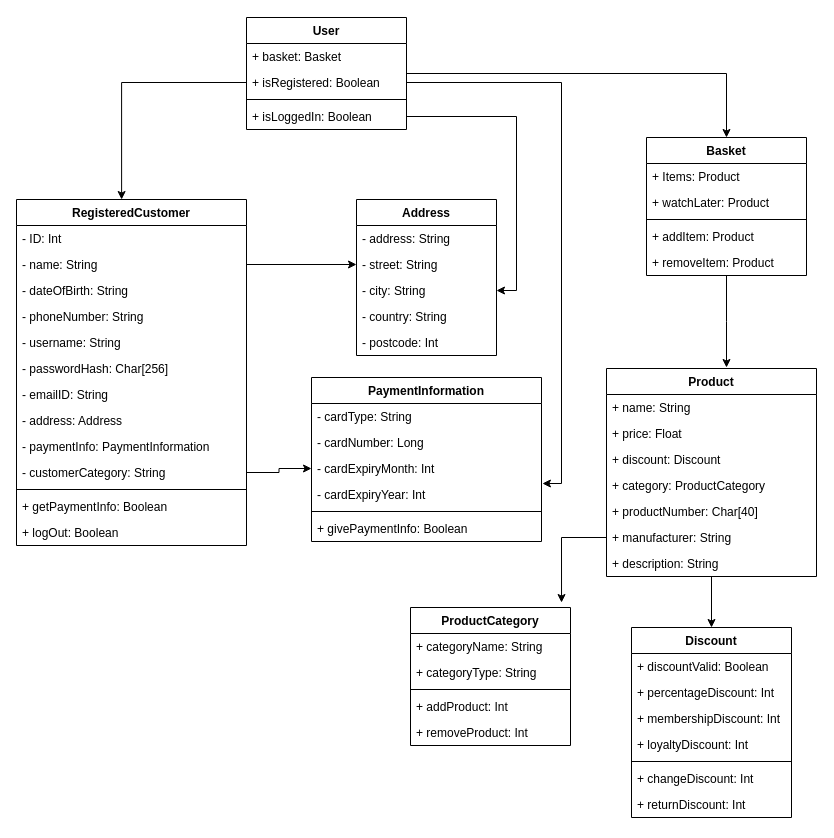
This is Untitled Diagram.drawio from dark-silver/studio_A, a draw.io file, before an edit. Source tidied: cells renumbered, new cells numbered last; positions are measured from the earlier drawing's top-left corner, leaving out a move shared by most shapes. Both pictures are drawn from the tidied source at 100%, with x=0, y=0 at pixel (16, 17).
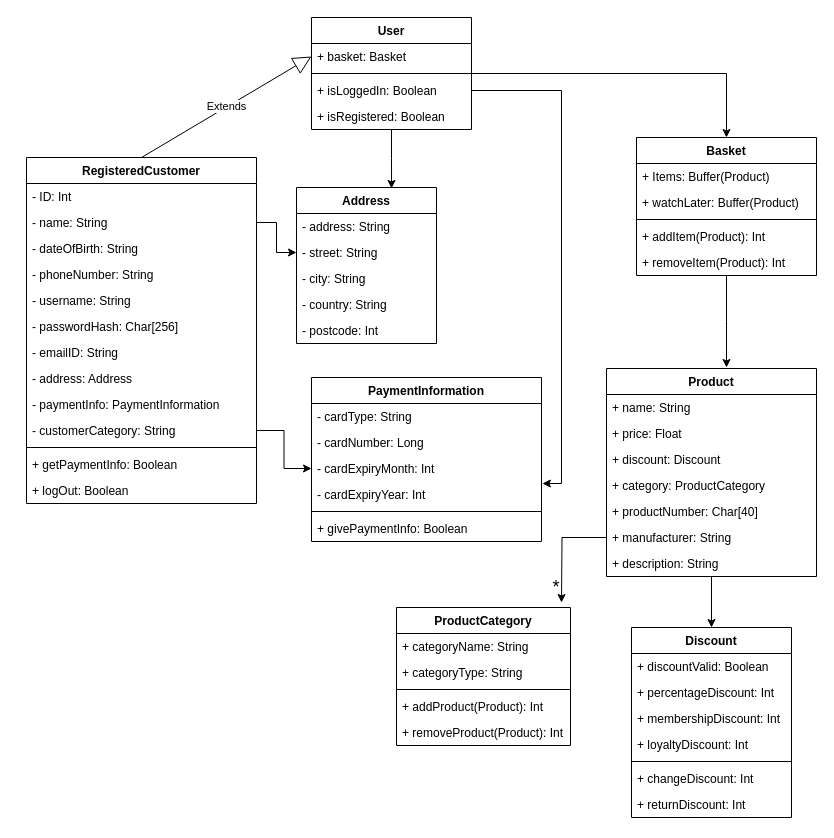
The same page after the edit.

Unchanged cells that the change refers to:
```xml
<mxCell id="9" value="+ manufacturer: String" style="text;strokeColor=none;fillColor=none;align=left;verticalAlign=top;spacingLeft=4;spacingRight=4;overflow=hidden;points=[[0,0.5],[1,0.5]];portConstraint=eastwest;" parent="3" vertex="1">
  <mxGeometry y="156" width="210" height="26" as="geometry" />
</mxCell>
<mxCell id="28" value="- city: String" style="text;strokeColor=none;fillColor=none;align=left;verticalAlign=top;spacingLeft=4;spacingRight=4;overflow=hidden;points=[[0,0.5],[1,0.5]];portConstraint=eastwest;" parent="25" vertex="1">
  <mxGeometry y="78" width="140" height="26" as="geometry" />
</mxCell>
<mxCell id="35" value="- cardExpiryYear: Int" style="text;strokeColor=none;fillColor=none;align=left;verticalAlign=top;spacingLeft=4;spacingRight=4;overflow=hidden;points=[[0,0.5],[1,0.5]];portConstraint=eastwest;" parent="31" vertex="1">
  <mxGeometry y="104" width="230" height="26" as="geometry" />
</mxCell>
<mxCell id="61" value="+ basket: Basket" style="text;strokeColor=none;fillColor=none;align=left;verticalAlign=top;spacingLeft=4;spacingRight=4;overflow=hidden;points=[[0,0.5],[1,0.5]];portConstraint=eastwest;labelBorderColor=none;" parent="60" vertex="1">
  <mxGeometry y="26" width="160" height="26" as="geometry" />
</mxCell>
```

Diff of the diagram source:
```diff
@@
     <mxCell id="11" value="RegisteredCustomer" style="swimlane;fontStyle=1;align=center;verticalAlign=top;horizontal=1;startSize=26;" parent="1" vertex="1">
-      <mxGeometry y="182" width="230" height="346" as="geometry" />
+      <mxGeometry x="10" y="140" width="230" height="346" as="geometry" />
     </mxCell>
@@
     <mxCell id="25" value="Address" style="swimlane;fontStyle=1;horizontal=1;startSize=26;fillColor=none;" parent="1" vertex="1">
-      <mxGeometry x="340" y="182" width="140" height="156" as="geometry" />
+      <mxGeometry x="280" y="170" width="140" height="156" as="geometry" />
     </mxCell>
@@
     <mxCell id="39" value="Basket" style="swimlane;fontStyle=1;align=center;verticalAlign=top;horizontal=1;startSize=26;labelBorderColor=none;strokeColor=default;fillColor=none;" parent="1" vertex="1">
-      <mxGeometry x="630" y="120" width="160" height="138" as="geometry" />
+      <mxGeometry x="620" y="120" width="180" height="138" as="geometry" />
     </mxCell>
-    <mxCell id="40" value="+ Items: Product" style="text;strokeColor=none;fillColor=none;align=left;verticalAlign=top;spacingLeft=4;spacingRight=4;overflow=hidden;labelBorderColor=none;" parent="39" vertex="1">
-      <mxGeometry y="26" width="160" height="26" as="geometry" />
+    <mxCell id="40" value="+ Items: Buffer(Product)" style="text;strokeColor=none;fillColor=none;align=left;verticalAlign=top;spacingLeft=4;spacingRight=4;overflow=hidden;labelBorderColor=none;" parent="39" vertex="1">
+      <mxGeometry y="26" width="180" height="26" as="geometry" />
     </mxCell>
-    <mxCell id="41" value="+ watchLater: Product" style="text;strokeColor=none;fillColor=none;align=left;verticalAlign=top;spacingLeft=4;spacingRight=4;overflow=hidden;labelBorderColor=none;" parent="39" vertex="1">
-      <mxGeometry y="52" width="160" height="26" as="geometry" />
+    <mxCell id="41" value="+ watchLater: Buffer(Product)" style="text;strokeColor=none;fillColor=none;align=left;verticalAlign=top;spacingLeft=4;spacingRight=4;overflow=hidden;labelBorderColor=none;" parent="39" vertex="1">
+      <mxGeometry y="52" width="180" height="26" as="geometry" />
     </mxCell>
     <mxCell id="42" style="line;strokeWidth=1;fillColor=none;align=left;verticalAlign=middle;spacingTop=-1;spacingLeft=3;spacingRight=3;labelPosition=right;labelBorderColor=none;" parent="39" vertex="1">
-      <mxGeometry y="78" width="160" height="8" as="geometry" />
+      <mxGeometry y="78" width="180" height="8" as="geometry" />
     </mxCell>
-    <mxCell id="43" value="+ addItem: Product" style="text;strokeColor=none;fillColor=none;align=left;verticalAlign=top;spacingLeft=4;spacingRight=4;overflow=hidden;labelBorderColor=none;" parent="39" vertex="1">
-      <mxGeometry y="86" width="160" height="26" as="geometry" />
+    <mxCell id="43" value="+ addItem(Product): Int" style="text;strokeColor=none;fillColor=none;align=left;verticalAlign=top;spacingLeft=4;spacingRight=4;overflow=hidden;labelBorderColor=none;" parent="39" vertex="1">
+      <mxGeometry y="86" width="180" height="26" as="geometry" />
     </mxCell>
-    <mxCell id="44" value="+ removeItem: Product" style="text;strokeColor=none;fillColor=none;align=left;verticalAlign=top;spacingLeft=4;spacingRight=4;overflow=hidden;labelBorderColor=none;" parent="39" vertex="1">
-      <mxGeometry y="112" width="160" height="26" as="geometry" />
+    <mxCell id="44" value="+ removeItem(Product): Int" style="text;strokeColor=none;fillColor=none;align=left;verticalAlign=top;spacingLeft=4;spacingRight=4;overflow=hidden;labelBorderColor=none;" parent="39" vertex="1">
+      <mxGeometry y="112" width="180" height="26" as="geometry" />
     </mxCell>
     <mxCell id="45" value="ProductCategory" style="swimlane;fontStyle=1;align=center;verticalAlign=top;horizontal=1;startSize=26;labelBorderColor=none;strokeColor=default;fillColor=none;" parent="1" vertex="1">
-      <mxGeometry x="394" y="590" width="160" height="138" as="geometry" />
+      <mxGeometry x="380" y="590" width="174" height="138" as="geometry" />
     </mxCell>
     <mxCell id="46" value="+ categoryName: String" style="text;strokeColor=none;fillColor=none;align=left;verticalAlign=top;spacingLeft=4;spacingRight=4;overflow=hidden;labelBorderColor=none;" parent="45" vertex="1">
-      <mxGeometry y="26" width="160" height="26" as="geometry" />
+      <mxGeometry y="26" width="174" height="26" as="geometry" />
     </mxCell>
     <mxCell id="47" value="+ categoryType: String" style="text;strokeColor=none;fillColor=none;align=left;verticalAlign=top;spacingLeft=4;spacingRight=4;overflow=hidden;labelBorderColor=none;" parent="45" vertex="1">
-      <mxGeometry y="52" width="160" height="26" as="geometry" />
+      <mxGeometry y="52" width="174" height="26" as="geometry" />
     </mxCell>
     <mxCell id="48" style="line;strokeWidth=1;fillColor=none;align=left;verticalAlign=middle;spacingTop=-1;spacingLeft=3;spacingRight=3;labelPosition=right;labelBorderColor=none;" parent="45" vertex="1">
-      <mxGeometry y="78" width="160" height="8" as="geometry" />
+      <mxGeometry y="78" width="174" height="8" as="geometry" />
     </mxCell>
-    <mxCell id="49" value="+ addProduct: Int" style="text;strokeColor=none;fillColor=none;align=left;verticalAlign=top;spacingLeft=4;spacingRight=4;overflow=hidden;labelBorderColor=none;" parent="45" vertex="1">
-      <mxGeometry y="86" width="160" height="26" as="geometry" />
+    <mxCell id="49" value="+ addProduct(Product): Int" style="text;strokeColor=none;fillColor=none;align=left;verticalAlign=top;spacingLeft=4;spacingRight=4;overflow=hidden;labelBorderColor=none;" parent="45" vertex="1">
+      <mxGeometry y="86" width="174" height="26" as="geometry" />
     </mxCell>
-    <mxCell id="50" value="+ removeProduct: Int" style="text;strokeColor=none;fillColor=none;align=left;verticalAlign=top;spacingLeft=4;spacingRight=4;overflow=hidden;labelBorderColor=none;" parent="45" vertex="1">
-      <mxGeometry y="112" width="160" height="26" as="geometry" />
+    <mxCell id="50" value="+ removeProduct(Product): Int" style="text;strokeColor=none;fillColor=none;align=left;verticalAlign=top;spacingLeft=4;spacingRight=4;overflow=hidden;labelBorderColor=none;" parent="45" vertex="1">
+      <mxGeometry y="112" width="174" height="26" as="geometry" />
     </mxCell>
@@
+    <mxCell id="71" style="edgeStyle=orthogonalEdgeStyle;rounded=0;jettySize=auto;html=1;entryX=0.679;entryY=0.006;entryDx=0;entryDy=0;entryPerimeter=0;" parent="1" edge="1" source="60" target="25">
+      <mxGeometry relative="1" as="geometry" />
+    </mxCell>
     <mxCell id="60" value="User" style="swimlane;fontStyle=1;align=center;verticalAlign=top;horizontal=1;startSize=26;labelBorderColor=none;strokeColor=default;fillColor=none;" parent="1" vertex="1">
-      <mxGeometry x="230" width="160" height="112" as="geometry" />
+      <mxGeometry x="295" width="160" height="112" as="geometry" />
     </mxCell>
@@
-    <mxCell id="62" value="+ isRegistered: Boolean" style="text;strokeColor=none;fillColor=none;align=left;verticalAlign=top;spacingLeft=4;spacingRight=4;overflow=hidden;points=[[0,0.5],[1,0.5]];portConstraint=eastwest;labelBorderColor=none;" parent="60" vertex="1">
-      <mxGeometry y="52" width="160" height="26" as="geometry" />
-    </mxCell>
     <mxCell id="63" style="line;strokeWidth=1;fillColor=none;align=left;verticalAlign=middle;spacingTop=-1;spacingLeft=3;spacingRight=3;labelPosition=right;labelBorderColor=none;" parent="60" vertex="1">
-      <mxGeometry y="78" width="160" height="8" as="geometry" />
+      <mxGeometry y="52" width="160" height="8" as="geometry" />
     </mxCell>
     <mxCell id="64" value="+ isLoggedIn: Boolean" style="text;strokeColor=none;fillColor=none;align=left;verticalAlign=top;spacingLeft=4;spacingRight=4;overflow=hidden;points=[[0,0.5],[1,0.5]];portConstraint=eastwest;labelBorderColor=none;" parent="60" vertex="1">
-      <mxGeometry y="86" width="160" height="26" as="geometry" />
+      <mxGeometry y="60" width="160" height="26" as="geometry" />
     </mxCell>
-    <mxCell id="65" style="edgeStyle=orthogonalEdgeStyle;rounded=0;jettySize=auto;html=1;entryX=0.457;entryY=0;entryDx=0;entryDy=0;entryPerimeter=0;endArrow=classic;endFill=1;" parent="1" edge="1" source="62" target="11">
-      <mxGeometry relative="1" as="geometry" />
-    </mxCell>
+    <mxCell id="62" value="+ isRegistered: Boolean" style="text;strokeColor=none;fillColor=none;align=left;verticalAlign=top;spacingLeft=4;spacingRight=4;overflow=hidden;points=[[0,0.5],[1,0.5]];portConstraint=eastwest;labelBorderColor=none;" parent="60" vertex="1">
+      <mxGeometry y="86" width="160" height="26" as="geometry" />
+    </mxCell>
@@
-    <mxCell id="68" style="edgeStyle=orthogonalEdgeStyle;rounded=0;jettySize=auto;html=1;entryX=1;entryY=0.5;entryDx=0;entryDy=0;" parent="1" edge="1" source="64" target="28">
-      <mxGeometry relative="1" as="geometry" />
-    </mxCell>
-    <mxCell id="69" style="edgeStyle=orthogonalEdgeStyle;rounded=0;jettySize=auto;html=1;exitX=1;exitY=0.5;exitDx=0;exitDy=0;entryX=1.004;entryY=0.077;entryDx=0;entryDy=0;entryPerimeter=0;" parent="1" edge="1" source="62" target="35">
+    <mxCell id="69" style="edgeStyle=orthogonalEdgeStyle;rounded=0;jettySize=auto;html=1;exitX=1;exitY=0.5;exitDx=0;exitDy=0;entryX=1.004;entryY=0.077;entryDx=0;entryDy=0;entryPerimeter=0;" parent="1" edge="1" source="64" target="35">
       <mxGeometry relative="1" as="geometry" />
     </mxCell>
-    <mxCell id="70" style="edgeStyle=orthogonalEdgeStyle;rounded=0;jettySize=auto;html=1;entryX=0.944;entryY=-0.036;entryDx=0;entryDy=0;entryPerimeter=0;endArrow=classic;endFill=1;" parent="1" edge="1" source="9" target="45">
-      <mxGeometry relative="1" as="geometry" />
+    <mxCell id="70" style="edgeStyle=orthogonalEdgeStyle;rounded=0;jettySize=auto;html=1;endArrow=classic;endFill=1;" parent="1" edge="1" source="9">
+      <mxGeometry relative="1" as="geometry">
+        <mxPoint x="545" y="585" as="targetPoint" />
+      </mxGeometry>
     </mxCell>
+    <mxCell id="72" value="Extends" style="endArrow=block;endSize=16;endFill=0;html=1;rounded=0;exitX=0.5;exitY=0;exitDx=0;exitDy=0;entryX=0;entryY=0.5;entryDx=0;entryDy=0;" parent="1" edge="1" source="11" target="61">
+      <mxGeometry relative="1" as="geometry" />
+    </mxCell>
+    <mxCell id="73" value="&lt;font style=&quot;font-size: 18px;&quot;&gt;*&lt;/font&gt;" style="text;html=1;strokeColor=none;fillColor=none;align=center;verticalAlign=middle;whiteSpace=wrap;rounded=0;" parent="1" vertex="1">
+      <mxGeometry x="510" y="540" width="60" height="60" as="geometry" />
+    </mxCell>
```
